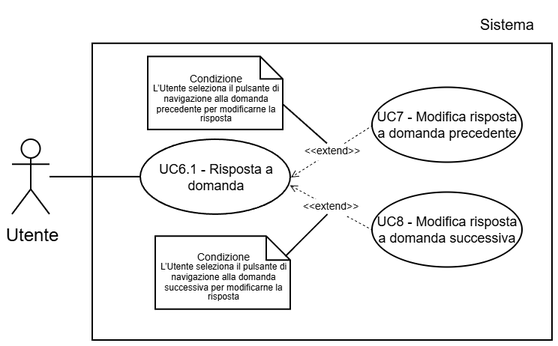
Before: Tutti i documenti/Assets/Diagrammi/UC6.1.png, a diagram exported from draw.io (AtlasTeam9/Documenti). Source tidied: cells renumbered, new cells last; positions are measured from the earlier drawing's top-left corner, leaving out a move shared by most shapes.
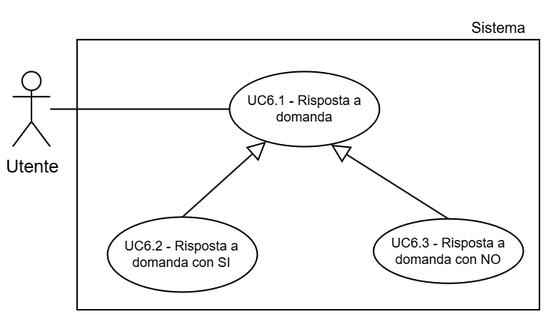
The same diagram one commit later.

What changed in the source:
```diff
@@ -2,48 +2,32 @@
   <root>
     <mxCell id="0" />
     <mxCell id="1" parent="0" />
-    <mxCell id="2" style="whiteSpace=wrap;html=1;strokeColor=light-dark(#000000,#000000);align=center;verticalAlign=top;fontFamily=Helvetica;fontSize=12;fontColor=default;fillColor=light-dark(#FFFFFF,#FFFFFF);strokeWidth=1;" parent="1" vertex="1">
-      <mxGeometry x="53.5" y="25.9" width="306.5" height="198.1" as="geometry" />
+    <mxCell id="2" value="Sistema" style="text;html=1;whiteSpace=wrap;strokeColor=none;fillColor=none;align=center;verticalAlign=middle;rounded=0;fontFamily=Helvetica;fontSize=10;fontColor=light-dark(#000000,#000000);labelBackgroundColor=none;" parent="1" vertex="1">
+      <mxGeometry x="357" y="-699.2" width="54.5" height="30" as="geometry" />
     </mxCell>
-    <mxCell id="3" value="&lt;font style=&quot;color: light-dark(rgb(0, 0, 0), rgb(0, 0, 0));&quot;&gt;Utente&lt;/font&gt;" style="shape=umlActor;verticalLabelPosition=bottom;verticalAlign=top;html=1;outlineConnect=0;strokeColor=light-dark(#000000,#000000);fillColor=light-dark(#FFFFFF,transparent);" parent="1" vertex="1">
-      <mxGeometry y="90" width="25" height="50" as="geometry" />
+    <mxCell id="3" style="whiteSpace=wrap;html=1;strokeColor=light-dark(#000000,#000000);align=center;verticalAlign=top;fontFamily=Helvetica;fontSize=12;fontColor=default;fillColor=light-dark(#FFFFFF,#FFFFFF);strokeWidth=1;" parent="1" vertex="1">
+      <mxGeometry x="102.9" y="-676.1" width="308.5" height="180.1" as="geometry" />
     </mxCell>
-    <mxCell id="4" style="endArrow=none;html=1;rounded=0;fontFamily=Helvetica;fontSize=12;fontColor=default;strokeColor=light-dark(#000000,#000000);entryX=0;entryY=0.5;entryDx=0;entryDy=0;" parent="1" edge="1" source="3" target="5">
-      <mxGeometry relative="1" as="geometry" />
+    <mxCell id="4" value="&lt;font style=&quot;color: light-dark(rgb(0, 0, 0), rgb(0, 0, 0));&quot;&gt;Utente&lt;/font&gt;" style="shape=umlActor;verticalLabelPosition=bottom;verticalAlign=top;html=1;outlineConnect=0;strokeColor=light-dark(#000000,#000000);fillColor=light-dark(#FFFFFF,transparent);" parent="1" vertex="1">
+      <mxGeometry x="60" y="-654.8" width="25" height="50" as="geometry" />
     </mxCell>
-    <mxCell id="5" value="&lt;font style=&quot;color: light-dark(rgb(0, 0, 0), rgb(0, 0, 0)); line-height: 100%;&quot;&gt;UC6.1 -&amp;nbsp;&lt;/font&gt;&lt;span&gt;&lt;font style=&quot;color: light-dark(rgb(0, 0, 0), rgb(0, 0, 0));&quot;&gt;Risposta a domanda&lt;/font&gt;&lt;/span&gt;" style="ellipse;whiteSpace=wrap;html=1;strokeColor=light-dark(#000000,#000000);align=center;verticalAlign=middle;fontFamily=Helvetica;fontSize=9;fontColor=default;fillColor=light-dark(#FFFFFF,#FFFFFF);" parent="1" vertex="1">
-      <mxGeometry x="85.5" y="90" width="100" height="50" as="geometry" />
+    <mxCell id="5" value="&lt;font style=&quot;color: light-dark(rgb(0, 0, 0), rgb(0, 0, 0)); line-height: 9px;&quot;&gt;UC6.1 -&amp;nbsp;&lt;/font&gt;&lt;font style=&quot;color: light-dark(rgb(0, 0, 0), rgb(0, 0, 0));&quot;&gt;Risposta a domanda&lt;/font&gt;" style="ellipse;whiteSpace=wrap;html=1;strokeColor=light-dark(#000000,#000000);align=center;verticalAlign=middle;fontFamily=Helvetica;fontSize=9;fontColor=default;fillColor=light-dark(#FFFFFF, #ffffff);" parent="1" vertex="1">
+      <mxGeometry x="204.7" y="-654.8" width="100" height="50" as="geometry" />
     </mxCell>
-    <mxCell id="6" value="Sistema" style="text;html=1;whiteSpace=wrap;strokeColor=none;fillColor=none;align=center;verticalAlign=middle;rounded=0;fontFamily=Helvetica;fontSize=10;fontColor=light-dark(#000000,#000000);labelBackgroundColor=none;" parent="1" vertex="1">
-      <mxGeometry x="300" y="-0.4" width="60" height="27.5" as="geometry" />
+    <mxCell id="6" style="rounded=0;jettySize=auto;html=1;exitX=0;exitY=0.5;exitDx=0;exitDy=0;strokeColor=light-dark(#000000,#000000);endArrow=none;endFill=0;" parent="1" edge="1" source="5" target="4">
+      <mxGeometry relative="1" as="geometry" />
     </mxCell>
-    <mxCell id="7" value="&lt;font style=&quot;color: light-dark(rgb(0, 0, 0), rgb(0, 0, 0)); line-height: 100%;&quot;&gt;UC7 - Modifica risposta a domanda precedente&lt;/font&gt;" style="ellipse;whiteSpace=wrap;html=1;strokeColor=light-dark(#000000,#000000);align=center;verticalAlign=middle;fontFamily=Helvetica;fontSize=9;fontColor=default;fillColor=light-dark(#FFFFFF, #ffffff);" parent="1" vertex="1">
-      <mxGeometry x="240" y="55.2" width="100" height="50" as="geometry" />
+    <mxCell id="7" style="endArrow=block;endFill=0;html=1;rounded=0;strokeWidth=1;entryX=0.244;entryY=0.932;entryDx=0;entryDy=0;entryPerimeter=0;exitX=0.5;exitY=0;exitDx=0;exitDy=0;startArrow=none;startFill=0;endSize=10;strokeColor=light-dark(#000000,#000000);" parent="1" edge="1" source="8" target="5">
+      <mxGeometry relative="1" as="geometry" />
     </mxCell>
-    <mxCell id="8" value="&amp;lt;&amp;lt;extend&amp;gt;&amp;gt;" style="endArrow=open;endSize=4;dashed=1;html=1;rounded=0;strokeColor=light-dark(#000000,#000000);strokeWidth=0.5;align=center;verticalAlign=middle;fontFamily=Helvetica;fontSize=7;fontColor=light-dark(#000000,#000000);labelBackgroundColor=light-dark(#000000,#FFFFFF);jumpSize=6;curved=0;entryX=1;entryY=0.5;entryDx=0;entryDy=0;exitX=0;exitY=0.5;exitDx=0;exitDy=0;labelPosition=center;verticalLabelPosition=middle;labelBorderColor=default;" parent="1" edge="1" source="7" target="5">
-      <mxGeometry relative="1" as="geometry" />
+    <mxCell id="8" value="&lt;font style=&quot;color: light-dark(rgb(0, 0, 0), rgb(0, 0, 0)); line-height: 9px;&quot;&gt;UC6.2 -&amp;nbsp;&lt;/font&gt;&lt;font style=&quot;color: light-dark(rgb(0, 0, 0), rgb(0, 0, 0));&quot;&gt;Risposta a domanda con SI&lt;/font&gt;" style="ellipse;whiteSpace=wrap;html=1;strokeColor=light-dark(#000000,#000000);align=center;verticalAlign=middle;fontFamily=Helvetica;fontSize=9;fontColor=default;fillColor=light-dark(#FFFFFF,#FFFFFF);" parent="1" vertex="1">
+      <mxGeometry x="123.2" y="-557.8" width="100" height="50" as="geometry" />
     </mxCell>
-    <mxCell id="9" value="&lt;font style=&quot;color: light-dark(rgb(0, 0, 0), rgb(0, 0, 0)); line-height: 100%;&quot;&gt;UC8 - Modifica risposta a domanda successiva&lt;/font&gt;" style="ellipse;whiteSpace=wrap;html=1;strokeColor=light-dark(#000000,#000000);align=center;verticalAlign=middle;fontFamily=Helvetica;fontSize=9;fontColor=default;fillColor=light-dark(#FFFFFF, #ffffff);" parent="1" vertex="1">
-      <mxGeometry x="240" y="125.2" width="100" height="50" as="geometry" />
+    <mxCell id="9" value="&lt;font style=&quot;color: light-dark(rgb(0, 0, 0), rgb(0, 0, 0)); line-height: 9px;&quot;&gt;UC6.3 -&amp;nbsp;&lt;/font&gt;&lt;font style=&quot;color: light-dark(rgb(0, 0, 0), rgb(0, 0, 0));&quot;&gt;Risposta a domanda con NO&lt;/font&gt;" style="ellipse;whiteSpace=wrap;html=1;strokeColor=light-dark(#000000,#000000);align=center;verticalAlign=middle;fontFamily=Helvetica;fontSize=9;fontColor=default;fillColor=light-dark(#FFFFFF,#FFFFFF);" parent="1" vertex="1">
+      <mxGeometry x="300.7" y="-556.6" width="100" height="43" as="geometry" />
     </mxCell>
-    <mxCell id="10" value="&amp;lt;&amp;lt;extend&amp;gt;&amp;gt;" style="endArrow=open;endSize=4;dashed=1;html=1;rounded=0;strokeColor=light-dark(#000000,#000000);strokeWidth=0.5;align=center;verticalAlign=middle;fontFamily=Helvetica;fontSize=7;fontColor=light-dark(#000000,#000000);labelBackgroundColor=light-dark(#000000,#FFFFFF);jumpSize=6;curved=0;entryX=0.993;entryY=0.605;entryDx=0;entryDy=0;exitX=0;exitY=0.5;exitDx=0;exitDy=0;labelPosition=center;verticalLabelPosition=middle;labelBorderColor=default;entryPerimeter=0;" parent="1" edge="1" source="9" target="5">
+    <mxCell id="10" style="endArrow=block;endFill=0;html=1;rounded=0;strokeWidth=1;entryX=0.677;entryY=0.974;entryDx=0;entryDy=0;entryPerimeter=0;exitX=0.5;exitY=0;exitDx=0;exitDy=0;startArrow=none;startFill=0;endSize=10;strokeColor=light-dark(#000000,#000000);" parent="1" edge="1" source="9" target="5">
       <mxGeometry relative="1" as="geometry" />
     </mxCell>
-    <mxCell id="11" value="&lt;div style=&quot;line-height: 90%;&quot;&gt;&lt;font style=&quot;color: light-dark(rgb(0, 0, 0), rgb(0, 0, 0));&quot;&gt;Condizione&lt;/font&gt;&lt;div&gt;&lt;span id=&quot;docs-internal-guid-caf54f7a-7fff-3423-d8c9-518d23ddce13&quot;&gt;&lt;span style=&quot;font-family: Arial, sans-serif; background-color: transparent; font-variant-numeric: normal; font-variant-east-asian: normal; font-variant-alternates: normal; font-variant-position: normal; font-variant-emoji: normal; vertical-align: baseline; white-space-collapse: preserve;&quot;&gt;&lt;font style=&quot;font-size: 6px; color: light-dark(rgb(0, 0, 0), rgb(0, 0, 0)); line-height: 110%;&quot;&gt;L’Utente seleziona il pulsante di navigazione alla domanda successiva per modificarne la risposta&lt;/font&gt;&lt;/span&gt;&lt;/span&gt;&lt;/div&gt;&lt;/div&gt;" style="shape=note;size=16;whiteSpace=wrap;html=1;strokeColor=light-dark(#000000,#000000);align=center;verticalAlign=middle;fontFamily=Helvetica;fontSize=7;fontColor=default;labelBackgroundColor=none;fillColor=light-dark(#FFFFFF,#FFFFFF);spacing=3;strokeWidth=1;spacingTop=6;" parent="1" vertex="1">
-      <mxGeometry x="95.5" y="154.6" width="90" height="48.8" as="geometry" />
-    </mxCell>
-    <mxCell id="12" value="&lt;div style=&quot;line-height: 90%;&quot;&gt;&lt;font style=&quot;color: light-dark(rgb(0, 0, 0), rgb(0, 0, 0));&quot;&gt;Condizione&lt;/font&gt;&lt;div&gt;&lt;span id=&quot;docs-internal-guid-caf54f7a-7fff-3423-d8c9-518d23ddce13&quot;&gt;&lt;span style=&quot;font-family: Arial, sans-serif; background-color: transparent; font-variant-numeric: normal; font-variant-east-asian: normal; font-variant-alternates: normal; font-variant-position: normal; font-variant-emoji: normal; vertical-align: baseline; white-space-collapse: preserve;&quot;&gt;&lt;font style=&quot;font-size: 6px; color: light-dark(rgb(0, 0, 0), rgb(0, 0, 0)); line-height: 110%;&quot;&gt;L’Utente seleziona il pulsante di navigazione alla domanda precedente per modificarne la risposta&lt;/font&gt;&lt;/span&gt;&lt;/span&gt;&lt;/div&gt;&lt;/div&gt;" style="shape=note;size=15;whiteSpace=wrap;html=1;strokeColor=light-dark(#000000,#000000);align=center;verticalAlign=middle;fontFamily=Helvetica;fontSize=7;fontColor=default;labelBackgroundColor=none;fillColor=light-dark(#FFFFFF,#FFFFFF);spacing=3;strokeWidth=1;spacingTop=7;" parent="1" vertex="1">
-      <mxGeometry x="90.5" y="34.7" width="90" height="48.8" as="geometry" />
-    </mxCell>
-    <mxCell id="13" style="endArrow=none;endFill=0;endSize=12;html=1;rounded=0;strokeColor=light-dark(#000000,#000000);startSize=9;strokeWidth=1;entryX=0;entryY=0;entryDx=90;entryDy=31.875;entryPerimeter=0;" parent="1" edge="1" target="12">
-      <mxGeometry relative="1" as="geometry">
-        <mxPoint x="210" y="92.7" as="sourcePoint" />
-      </mxGeometry>
-    </mxCell>
-    <mxCell id="14" style="endArrow=none;endFill=0;endSize=12;html=1;rounded=0;strokeColor=light-dark(#000000,#000000);startSize=9;strokeWidth=1;entryX=0.963;entryY=0.277;entryDx=0;entryDy=0;entryPerimeter=0;" parent="1" edge="1" target="11">
-      <mxGeometry relative="1" as="geometry">
-        <mxPoint x="210.3" y="140" as="sourcePoint" />
-      </mxGeometry>
-    </mxCell>
   </root>
 </mxGraphModel>
```
